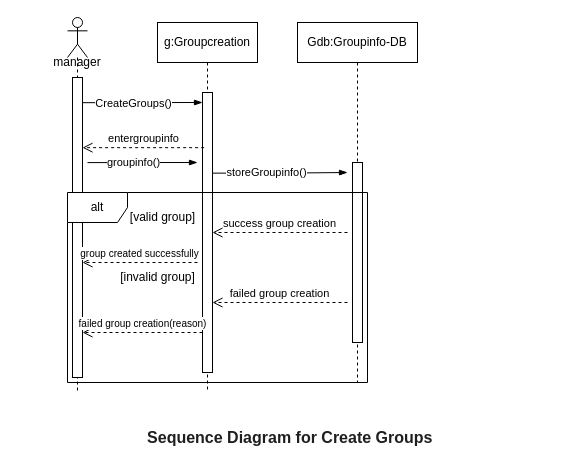
This is Untitled Diagram.drawio from FatimaAlessa/210_ABB_2107542, a draw.io file, before an edit. Source tidied: cells renumbered, new cells numbered last; positions are measured from the earlier drawing's top-left corner, leaving out a move shared by most shapes. Both pictures are drawn from the tidied source at 100%, with x=0, y=0 at pixel (17, 17).
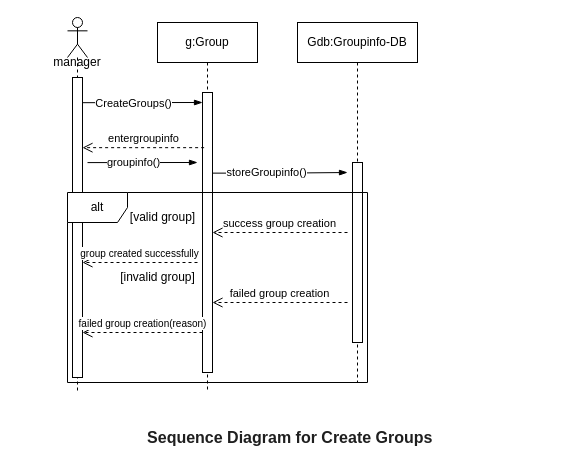
The same page after the edit.

The edit, as a diff of the source:
```diff
@@
-    <mxCell id="2" value="g:Groupcreation" style="shape=umlLifeline;perimeter=lifelinePerimeter;whiteSpace=wrap;html=1;newEdgeStyle={&quot;edgeStyle&quot;:&quot;elbowEdgeStyle&quot;,&quot;elbow&quot;:&quot;vertical&quot;,&quot;curved&quot;:0,&quot;rounded&quot;:0};" parent="1" vertex="1">
+    <mxCell id="2" value="g:Group" style="shape=umlLifeline;perimeter=lifelinePerimeter;whiteSpace=wrap;html=1;newEdgeStyle={&quot;edgeStyle&quot;:&quot;elbowEdgeStyle&quot;,&quot;elbow&quot;:&quot;vertical&quot;,&quot;curved&quot;:0,&quot;rounded&quot;:0};" parent="1" vertex="1">
       <mxGeometry x="140" y="5" width="100" height="370" as="geometry" />
     </mxCell>
```
